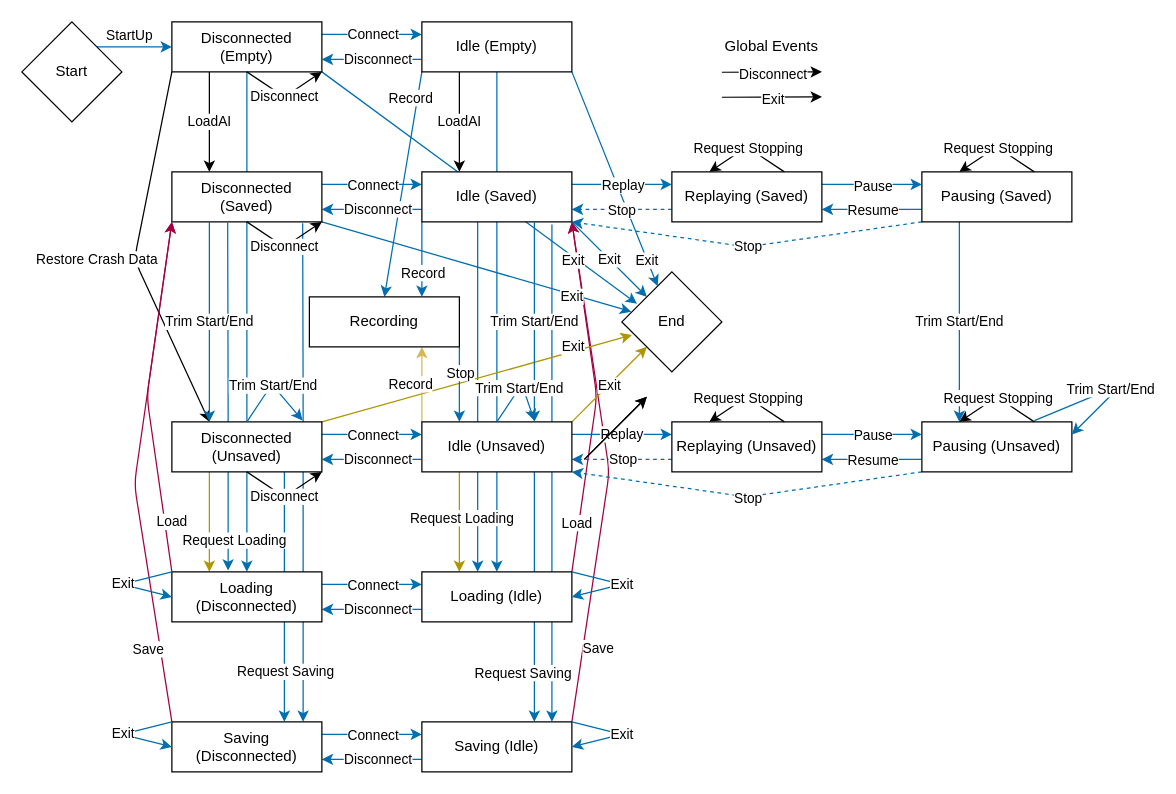
Before: Design/States.drawio in nguyenquyhy/Flight-Recorder, a draw.io diagram. Source tidied: cells renumbered, new cells numbered last; positions are measured from the earlier drawing's top-left corner, leaving out a move shared by most shapes. Both pictures are drawn from the tidied source at 125%, with x=0, y=0 at pixel (21, 21).
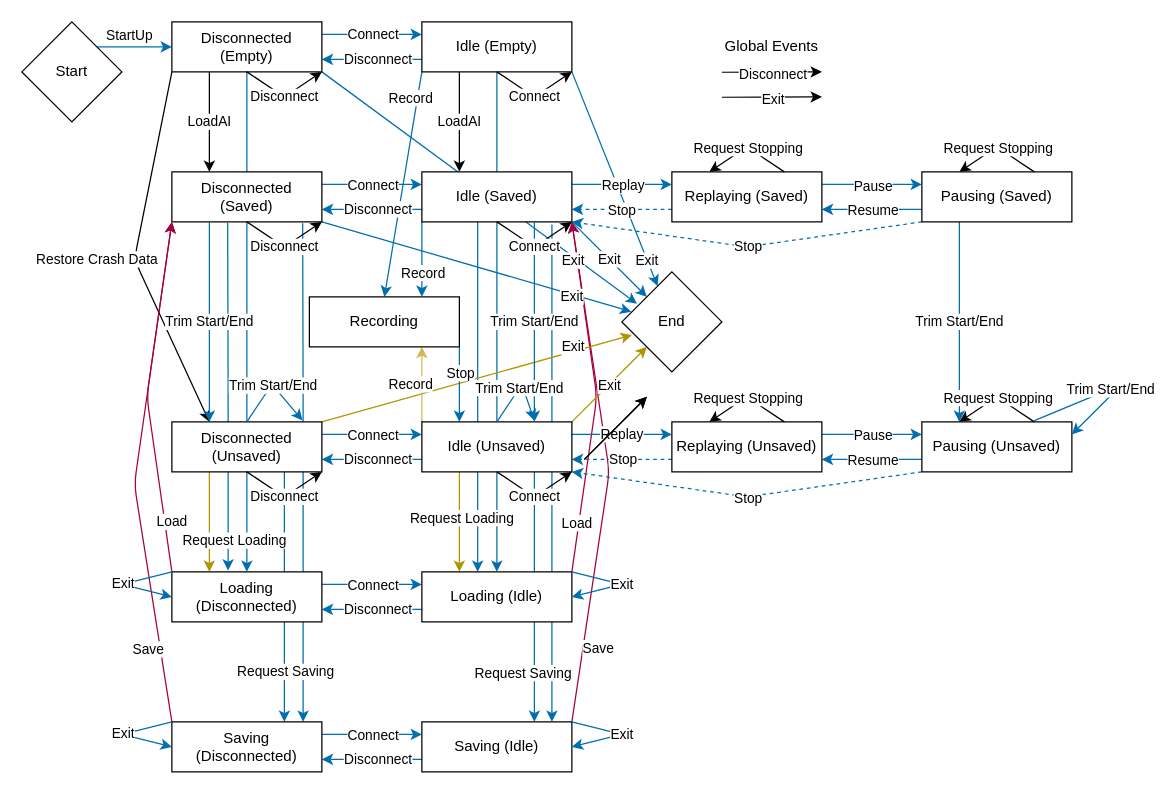
After the change.

Commit message (it also covers changes not shown here):
Allow no-op connect in idle state due to double connect

What changed in the source:
```diff
@@
+    <mxCell id="143" style="endArrow=classic;html=1;exitX=0.5;exitY=1;exitDx=0;exitDy=0;entryX=1;entryY=1;entryDx=0;entryDy=0;" parent="1" edge="1">
+      <mxGeometry relative="1" as="geometry">
+        <mxPoint x="380" y="40" as="sourcePoint" />
+        <mxPoint x="440" y="40" as="targetPoint" />
+        <Array as="points">
+          <mxPoint x="410" y="60" />
+        </Array>
+      </mxGeometry>
+    </mxCell>
+    <mxCell id="144" value="Connect" style="edgeLabel;html=1;align=center;verticalAlign=middle;" parent="143" vertex="1">
+      <mxGeometry x="-0.28" y="1" relative="1" as="geometry">
+        <mxPoint x="7.6" y="6.3" as="offset" />
+      </mxGeometry>
+    </mxCell>
+    <mxCell id="145" style="endArrow=classic;html=1;exitX=0.5;exitY=1;exitDx=0;exitDy=0;entryX=1;entryY=1;entryDx=0;entryDy=0;" parent="1" edge="1">
+      <mxGeometry relative="1" as="geometry">
+        <mxPoint x="380" y="160" as="sourcePoint" />
+        <mxPoint x="440" y="160" as="targetPoint" />
+        <Array as="points">
+          <mxPoint x="410" y="180" />
+        </Array>
+      </mxGeometry>
+    </mxCell>
+    <mxCell id="146" value="Connect" style="edgeLabel;html=1;align=center;verticalAlign=middle;" parent="145" vertex="1">
+      <mxGeometry x="-0.28" y="1" relative="1" as="geometry">
+        <mxPoint x="7.6" y="6.3" as="offset" />
+      </mxGeometry>
+    </mxCell>
+    <mxCell id="147" style="endArrow=classic;html=1;exitX=0.5;exitY=1;exitDx=0;exitDy=0;entryX=1;entryY=1;entryDx=0;entryDy=0;" parent="1" edge="1">
+      <mxGeometry relative="1" as="geometry">
+        <mxPoint x="380" y="360" as="sourcePoint" />
+        <mxPoint x="440" y="360" as="targetPoint" />
+        <Array as="points">
+          <mxPoint x="410" y="380" />
+        </Array>
+      </mxGeometry>
+    </mxCell>
+    <mxCell id="148" value="Connect" style="edgeLabel;html=1;align=center;verticalAlign=middle;" parent="147" vertex="1">
+      <mxGeometry x="-0.28" y="1" relative="1" as="geometry">
+        <mxPoint x="7.6" y="6.3" as="offset" />
+      </mxGeometry>
+    </mxCell>
```
